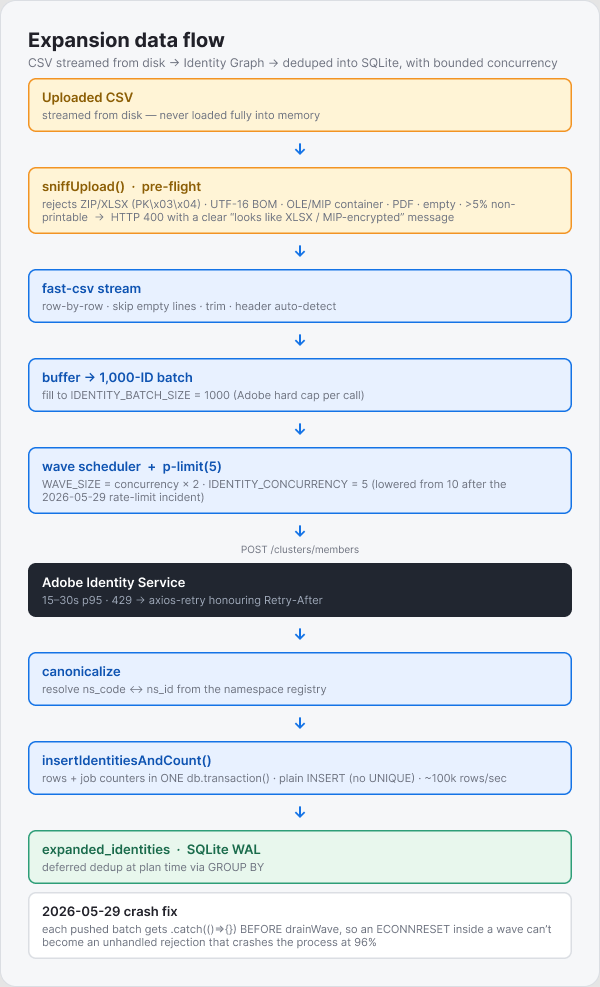
Above: docs/diagrams/figma/07-expansion-data-flow.png in tkantk/aep-lifecycle-helper (Mermaid), before the change. Its source is kept beside it as docs/diagrams/07-expansion-data-flow.mmd.
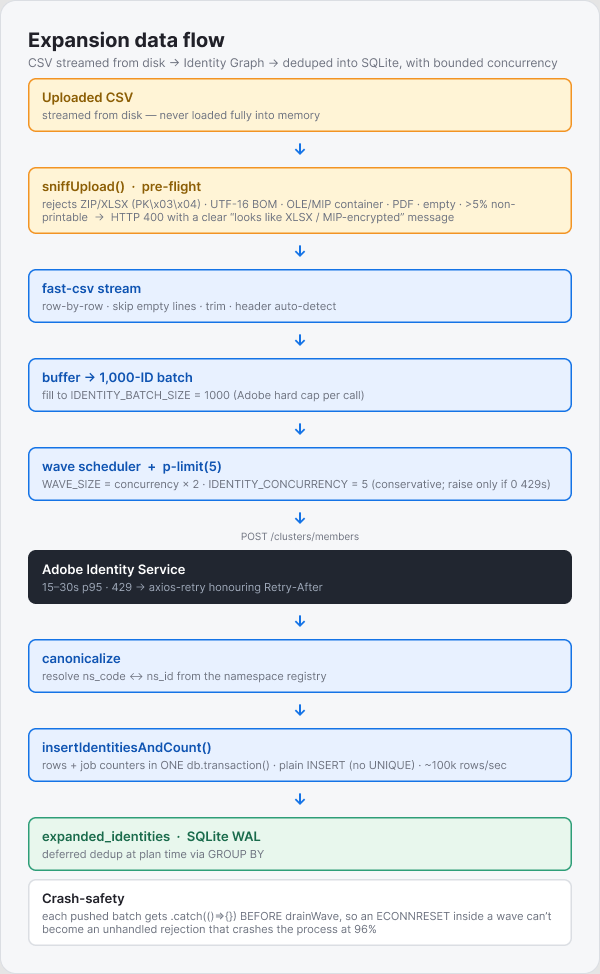
Above is the later version.

Commit message:
docs: v3.2.0 client-readiness pass on DESIGN_DOC (team review) + align concurrency default to 5

Diff of the diagram source:
```diff
@@ -18,9 +18,9 @@
 
   Buffer["<b>buffer</b><br/>fill to IDENTITY_BATCH_SIZE<br/>(1000 source IDs — Adobe hard cap)"]
 
-  Wave{"<b>wave scheduler</b><br/>WAVE_SIZE = concurrency × 2<br/>(default 10 × 2 = 20)"}
+  Wave{"<b>wave scheduler</b><br/>WAVE_SIZE = concurrency × 2<br/>(default 5 × 2 = 10)"}
 
-  Limit["<b>p-limit(IDENTITY_CONCURRENCY)</b><br/>default 5 (was 10) after<br/>2026-05-29 rate-limit incident"]
+  Limit["<b>p-limit(IDENTITY_CONCURRENCY)</b><br/>conservative default 5<br/>(raise only if 0 429s)"]
 
   Adobe[("<b>Adobe Identity Service</b><br/>POST /clusters/members<br/>15-30s p95<br/>429 → axios-retry + Retry-After")]
 
@@ -44,7 +44,7 @@
   Insert --> SQLite
   Insert -.-> Progress
 
-  Note["<b>2026-05-29 fix</b><br/>each pushed batch is given<br/>.catch(()=>{}) BEFORE drainWave,<br/>so an ECONNRESET inside the wave<br/>can't become an unhandled rejection<br/>that crashes the process at 96%."]
+  Note["<b>Crash-safety</b><br/>each pushed batch is given<br/>.catch(()=>{}) BEFORE drainWave,<br/>so an ECONNRESET inside the wave<br/>can't become an unhandled rejection<br/>that crashes the process at 96%."]
 
   classDef src   fill:#FFF4D6,stroke:#F29423,stroke-width:2px,color:#1A1A1A
   classDef proc  fill:#E8F2FF,stroke:#1473E6,stroke-width:2px,color:#1A1A1A
```
